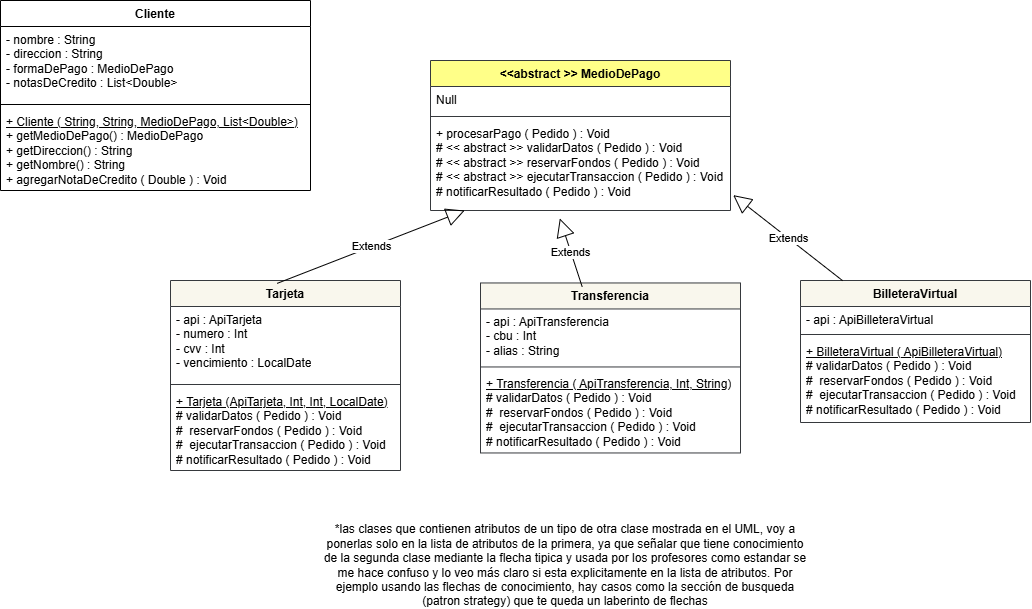
The draw.io diagram src/pago/UML.png in DemartinoFrancisco/UNQ-Shop, before a commit. Source tidied: cells renumbered, new cells last; positions are measured from the earlier drawing's top-left corner, leaving out a move shared by most shapes.
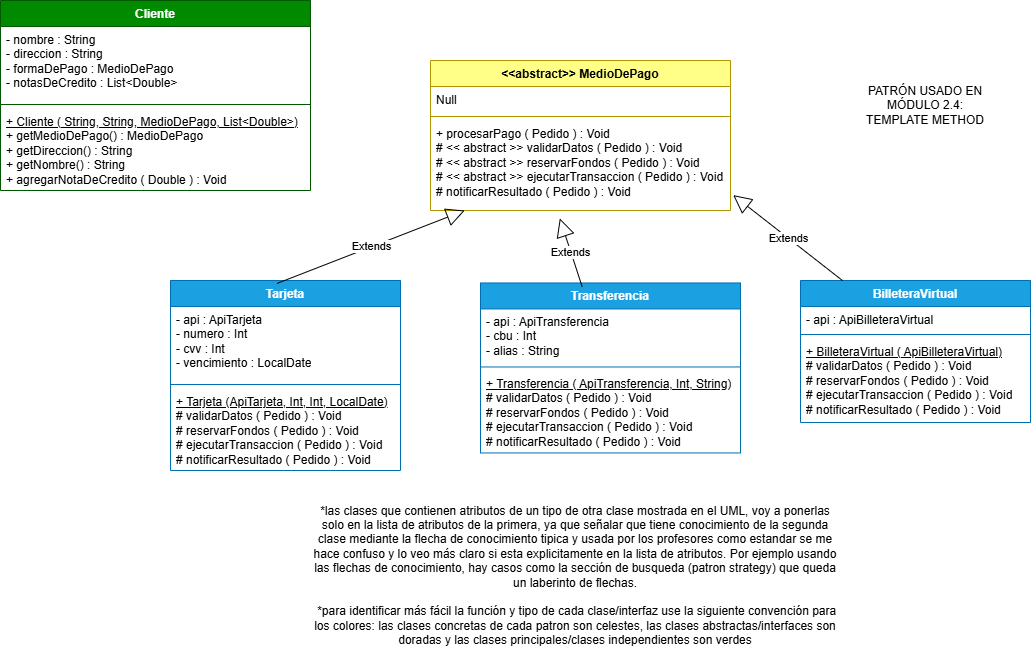
Above is the later version.

Diff of the diagram source:
```diff
@@ -2,19 +2,19 @@
   <root>
     <mxCell id="0" />
     <mxCell id="1" parent="0" />
-    <mxCell id="2" value="&amp;lt;&amp;lt;abstract &amp;gt;&amp;gt; MedioDePago&lt;div&gt;&lt;br&gt;&lt;/div&gt;" style="swimlane;fontStyle=1;align=center;verticalAlign=top;horizontal=1;startSize=26;whiteSpace=wrap;html=1;fillColor=#ffff88;strokeColor=#36393d;" parent="1" vertex="1">
-      <mxGeometry x="430" y="60" width="300" height="150" as="geometry" />
-    </mxCell>
+    <mxCell id="26" value="&amp;lt;&amp;lt;abstract&amp;gt;&amp;gt; MedioDePago&lt;div&gt;&lt;br&gt;&lt;/div&gt;" style="swimlane;fontStyle=1;align=center;verticalAlign=top;horizontal=1;startSize=26;whiteSpace=wrap;html=1;fillColor=light-dark(#FFFF88,#A0A000);strokeColor=light-dark(#B09500,#A3A300);fontColor=#000000;" parent="1" vertex="1">
+      <mxGeometry x="430" y="60" width="300" height="150" as="geometry" />
+    </mxCell>
-    <mxCell id="3" value="Null&lt;div&gt;&lt;br&gt;&lt;/div&gt;" style="text;strokeColor=none;fillColor=none;align=left;verticalAlign=top;spacingLeft=4;spacingRight=4;overflow=hidden;whiteSpace=wrap;html=1;" parent="2" vertex="1">
+    <mxCell id="3" value="Null&lt;div&gt;&lt;br&gt;&lt;/div&gt;" style="text;strokeColor=none;fillColor=none;align=left;verticalAlign=top;spacingLeft=4;spacingRight=4;overflow=hidden;whiteSpace=wrap;html=1;" parent="26" vertex="1">
       <mxGeometry y="26" width="300" height="26" as="geometry" />
     </mxCell>
-    <mxCell id="4" style="line;strokeWidth=1;fillColor=none;align=left;verticalAlign=middle;spacingTop=-1;spacingLeft=3;spacingRight=3;labelPosition=right;strokeColor=inherit;" parent="2" vertex="1">
+    <mxCell id="4" style="line;strokeWidth=1;fillColor=none;align=left;verticalAlign=middle;spacingTop=-1;spacingLeft=3;spacingRight=3;labelPosition=right;strokeColor=inherit;" parent="26" vertex="1">
       <mxGeometry y="52" width="300" height="8" as="geometry" />
     </mxCell>
-    <mxCell id="5" value="+ procesarPago ( Pedido ) : Void&lt;div&gt;# &amp;lt;&amp;lt; abstract &amp;gt;&amp;gt; validarDatos ( Pedido ) : Void&lt;/div&gt;&lt;div&gt;# &amp;lt;&amp;lt; abstract &amp;gt;&amp;gt; reservarFondos ( Pedido ) : Void&lt;/div&gt;&lt;div&gt;# &amp;lt;&amp;lt; abstract &amp;gt;&amp;gt; ejecutarTransaccion ( Pedido ) : Void&lt;/div&gt;&lt;div&gt;# notificarResultado ( Pedido ) : Void&lt;/div&gt;" style="text;strokeColor=none;fillColor=none;align=left;verticalAlign=top;spacingLeft=4;spacingRight=4;overflow=hidden;points=[[0,0.5],[1,0.5]];portConstraint=eastwest;whiteSpace=wrap;html=1;" parent="2" vertex="1">
+    <mxCell id="5" value="+ procesarPago ( Pedido ) : Void&lt;div&gt;# &amp;lt;&amp;lt; abstract &amp;gt;&amp;gt; validarDatos ( Pedido ) : Void&lt;/div&gt;&lt;div&gt;# &amp;lt;&amp;lt; abstract &amp;gt;&amp;gt; reservarFondos ( Pedido ) : Void&lt;/div&gt;&lt;div&gt;# &amp;lt;&amp;lt; abstract &amp;gt;&amp;gt; ejecutarTransaccion ( Pedido ) : Void&lt;/div&gt;&lt;div&gt;# notificarResultado ( Pedido ) : Void&lt;/div&gt;" style="text;strokeColor=none;fillColor=none;align=left;verticalAlign=top;spacingLeft=4;spacingRight=4;overflow=hidden;points=[[0,0.5],[1,0.5]];portConstraint=eastwest;whiteSpace=wrap;html=1;" parent="26" vertex="1">
       <mxGeometry y="60" width="300" height="90" as="geometry" />
     </mxCell>
-    <mxCell id="6" value="Tarjeta" style="swimlane;fontStyle=1;align=center;verticalAlign=top;horizontal=1;startSize=26;whiteSpace=wrap;html=1;fillColor=#f9f7ed;strokeColor=#36393d;" parent="1" vertex="1">
+    <mxCell id="6" value="Tarjeta" style="swimlane;fontStyle=1;align=center;verticalAlign=top;horizontal=1;startSize=26;whiteSpace=wrap;html=1;fillColor=light-dark(#1BA1E2,#00FFFF);strokeColor=light-dark(#006EAF,#00FFFF);fontColor=#ffffff;" parent="1" vertex="1">
       <mxGeometry x="170" y="280" width="230" height="190" as="geometry" />
     </mxCell>
     <mxCell id="7" value="&lt;div&gt;- api : ApiTarjeta&lt;/div&gt;&lt;div&gt;- numero : Int&lt;div&gt;- cvv : Int&lt;/div&gt;&lt;div&gt;- vencimiento : LocalDate&lt;/div&gt;&lt;/div&gt;" style="text;strokeColor=none;fillColor=none;align=left;verticalAlign=top;spacingLeft=4;spacingRight=4;overflow=hidden;whiteSpace=wrap;html=1;" parent="6" vertex="1">
@@ -23,10 +23,10 @@
     <mxCell id="8" style="line;strokeWidth=1;fillColor=none;align=left;verticalAlign=middle;spacingTop=-1;spacingLeft=3;spacingRight=3;labelPosition=right;strokeColor=inherit;" parent="6" vertex="1">
       <mxGeometry y="100" width="230" height="8" as="geometry" />
     </mxCell>
-    <mxCell id="9" value="&lt;div&gt;&lt;u&gt;+ Tarjeta (ApiTarjeta, Int, Int, LocalDate)&lt;/u&gt;&lt;/div&gt;&lt;div&gt;# validarDatos ( Pedido ) : Void&lt;/div&gt;&lt;div&gt;#&amp;nbsp; reservarFondos ( Pedido ) : Void&lt;/div&gt;&lt;div&gt;#&amp;nbsp; ejecutarTransaccion ( Pedido ) : Void&lt;/div&gt;&lt;div&gt;# notificarResultado ( Pedido ) : Void&lt;/div&gt;" style="text;strokeColor=none;fillColor=none;align=left;verticalAlign=top;spacingLeft=4;spacingRight=4;overflow=hidden;whiteSpace=wrap;html=1;" parent="6" vertex="1">
+    <mxCell id="9" value="&lt;div&gt;&lt;u&gt;+ Tarjeta (ApiTarjeta, Int, Int, LocalDate)&lt;/u&gt;&lt;/div&gt;&lt;div&gt;# validarDatos ( Pedido ) : Void&lt;/div&gt;&lt;div&gt;# reservarFondos ( Pedido ) : Void&lt;/div&gt;&lt;div&gt;# ejecutarTransaccion ( Pedido ) : Void&lt;/div&gt;&lt;div&gt;# notificarResultado ( Pedido ) : Void&lt;/div&gt;" style="text;strokeColor=none;fillColor=none;align=left;verticalAlign=top;spacingLeft=4;spacingRight=4;overflow=hidden;whiteSpace=wrap;html=1;" parent="6" vertex="1">
       <mxGeometry y="108" width="230" height="82" as="geometry" />
     </mxCell>
-    <mxCell id="10" value="Transferencia" style="swimlane;fontStyle=1;align=center;verticalAlign=top;horizontal=1;startSize=26;whiteSpace=wrap;html=1;fillColor=#f9f7ed;strokeColor=#36393d;" parent="1" vertex="1">
+    <mxCell id="10" value="Transferencia" style="swimlane;fontStyle=1;align=center;verticalAlign=top;horizontal=1;startSize=26;whiteSpace=wrap;html=1;fillColor=light-dark(#1BA1E2,#00FFFF);strokeColor=light-dark(#006EAF,#00FFFF);fontColor=#ffffff;" parent="1" vertex="1">
       <mxGeometry x="480" y="282.5" width="260" height="170" as="geometry" />
     </mxCell>
     <mxCell id="11" value="&lt;div&gt;- api : ApiTransferencia&lt;/div&gt;&lt;div&gt;- cbu : Int&lt;/div&gt;&lt;div&gt;- alias : String&lt;/div&gt;" style="text;strokeColor=none;fillColor=none;align=left;verticalAlign=top;spacingLeft=4;spacingRight=4;overflow=hidden;whiteSpace=wrap;html=1;" parent="10" vertex="1">
@@ -35,10 +35,10 @@
     <mxCell id="12" style="line;strokeWidth=1;fillColor=none;align=left;verticalAlign=middle;spacingTop=-1;spacingLeft=3;spacingRight=3;labelPosition=right;strokeColor=inherit;" parent="10" vertex="1">
       <mxGeometry y="80" width="260" height="8" as="geometry" />
     </mxCell>
-    <mxCell id="13" value="&lt;div&gt;&lt;u&gt;+ Transferencia ( ApiTransferencia, Int, String)&lt;/u&gt;&lt;/div&gt;&lt;div&gt;# validarDatos ( Pedido ) : Void&lt;/div&gt;&lt;div&gt;#&amp;nbsp; reservarFondos ( Pedido ) : Void&lt;/div&gt;&lt;div&gt;#&amp;nbsp; ejecutarTransaccion ( Pedido ) : Void&lt;/div&gt;&lt;div&gt;# notificarResultado ( Pedido ) : Void&lt;/div&gt;" style="text;strokeColor=none;fillColor=none;align=left;verticalAlign=top;spacingLeft=4;spacingRight=4;overflow=hidden;whiteSpace=wrap;html=1;" parent="10" vertex="1">
+    <mxCell id="13" value="&lt;div&gt;&lt;u&gt;+ Transferencia ( ApiTransferencia, Int, String)&lt;/u&gt;&lt;/div&gt;&lt;div&gt;# validarDatos ( Pedido ) : Void&lt;/div&gt;&lt;div&gt;# reservarFondos ( Pedido ) : Void&lt;/div&gt;&lt;div&gt;# ejecutarTransaccion ( Pedido ) : Void&lt;/div&gt;&lt;div&gt;# notificarResultado ( Pedido ) : Void&lt;/div&gt;" style="text;strokeColor=none;fillColor=none;align=left;verticalAlign=top;spacingLeft=4;spacingRight=4;overflow=hidden;whiteSpace=wrap;html=1;" parent="10" vertex="1">
       <mxGeometry y="88" width="260" height="82" as="geometry" />
     </mxCell>
-    <mxCell id="14" value="BilleteraVirtual" style="swimlane;fontStyle=1;align=center;verticalAlign=top;horizontal=1;startSize=26;whiteSpace=wrap;html=1;fillColor=#f9f7ed;strokeColor=#36393d;" parent="1" vertex="1">
+    <mxCell id="14" value="BilleteraVirtual" style="swimlane;fontStyle=1;align=center;verticalAlign=top;horizontal=1;startSize=26;whiteSpace=wrap;html=1;fillColor=light-dark(#1BA1E2,#00FFFF);strokeColor=light-dark(#006EAF,#00FFFF);fontColor=#ffffff;" parent="1" vertex="1">
       <mxGeometry x="800" y="280" width="230" height="142" as="geometry" />
     </mxCell>
     <mxCell id="15" value="&lt;div&gt;- api : ApiBilleteraVirtual&lt;/div&gt;" style="text;strokeColor=none;fillColor=none;align=left;verticalAlign=top;spacingLeft=4;spacingRight=4;overflow=hidden;whiteSpace=wrap;html=1;" parent="14" vertex="1">
@@ -47,10 +47,10 @@
     <mxCell id="16" style="line;strokeWidth=1;fillColor=none;align=left;verticalAlign=middle;spacingTop=-1;spacingLeft=3;spacingRight=3;labelPosition=right;strokeColor=inherit;" parent="14" vertex="1">
       <mxGeometry y="50" width="230" height="8" as="geometry" />
     </mxCell>
-    <mxCell id="17" value="&lt;div&gt;&lt;u&gt;+ BilleteraVirtual ( ApiBilleteraVirtual)&lt;/u&gt;&lt;/div&gt;&lt;div&gt;# validarDatos ( Pedido ) : Void&lt;/div&gt;&lt;div&gt;#&amp;nbsp; reservarFondos ( Pedido ) : Void&lt;/div&gt;&lt;div&gt;#&amp;nbsp; ejecutarTransaccion ( Pedido ) : Void&lt;/div&gt;&lt;div&gt;# notificarResultado ( Pedido ) : Void&lt;/div&gt;" style="text;strokeColor=none;fillColor=none;align=left;verticalAlign=top;spacingLeft=4;spacingRight=4;overflow=hidden;whiteSpace=wrap;html=1;" parent="14" vertex="1">
+    <mxCell id="17" value="&lt;div&gt;&lt;u&gt;+ BilleteraVirtual ( ApiBilleteraVirtual)&lt;/u&gt;&lt;/div&gt;&lt;div&gt;# validarDatos ( Pedido ) : Void&lt;/div&gt;&lt;div&gt;# reservarFondos ( Pedido ) : Void&lt;/div&gt;&lt;div&gt;# ejecutarTransaccion ( Pedido ) : Void&lt;/div&gt;&lt;div&gt;# notificarResultado ( Pedido ) : Void&lt;/div&gt;" style="text;strokeColor=none;fillColor=none;align=left;verticalAlign=top;spacingLeft=4;spacingRight=4;overflow=hidden;whiteSpace=wrap;html=1;" parent="14" vertex="1">
       <mxGeometry y="58" width="230" height="84" as="geometry" />
     </mxCell>
-    <mxCell id="18" value="Cliente" style="swimlane;fontStyle=1;align=center;verticalAlign=top;horizontal=1;startSize=26;whiteSpace=wrap;html=1;" parent="1" vertex="1">
+    <mxCell id="18" value="Cliente" style="swimlane;fontStyle=1;align=center;verticalAlign=top;horizontal=1;startSize=26;whiteSpace=wrap;html=1;fillColor=light-dark(#008A00,#00A500);fontColor=#ffffff;strokeColor=light-dark(#005700,#00A500);" parent="1" vertex="1">
       <mxGeometry width="310" height="190" as="geometry" />
     </mxCell>
     <mxCell id="19" value="- nombre : String&lt;div&gt;- direccion : String&lt;/div&gt;&lt;div&gt;&lt;span style=&quot;background-color: transparent; color: light-dark(rgb(0, 0, 0), rgb(255, 255, 255));&quot;&gt;- formaDePago : MedioDePago&lt;/span&gt;&lt;/div&gt;&lt;div&gt;&lt;span style=&quot;background-color: transparent; color: light-dark(rgb(0, 0, 0), rgb(255, 255, 255));&quot;&gt;- notasDeCredito : List&amp;lt;Double&amp;gt;&lt;/span&gt;&lt;/div&gt;" style="text;strokeColor=none;fillColor=none;align=left;verticalAlign=top;spacingLeft=4;spacingRight=4;overflow=hidden;whiteSpace=wrap;html=1;" parent="18" vertex="1">
@@ -62,9 +62,6 @@
     <mxCell id="21" value="&lt;u&gt;+ Cliente ( String, String, MedioDePago, List&amp;lt;Double&amp;gt;)&lt;/u&gt;&lt;div&gt;+ getMedioDePago() : MedioDePago&lt;/div&gt;&lt;div&gt;+ getDireccion() : String&lt;/div&gt;&lt;div&gt;+ getNombre() : String&lt;/div&gt;&lt;div&gt;+ agregarNotaDeCredito ( Double ) : Void&lt;/div&gt;" style="text;strokeColor=none;fillColor=none;align=left;verticalAlign=top;spacingLeft=4;spacingRight=4;overflow=hidden;whiteSpace=wrap;html=1;" parent="18" vertex="1">
       <mxGeometry y="108" width="310" height="82" as="geometry" />
     </mxCell>
-    <mxCell id="22" value="*las clases que contienen atributos de un tipo de otra clase mostrada en el UML, voy a ponerlas solo en la lista de atributos de la primera, ya que señalar que tiene conocimiento de la segunda clase mediante la flecha tipica y usada por los profesores como estandar se me hace confuso y lo veo más claro si esta explicitamente en la lista de atributos. Por ejemplo usando las flechas de conocimiento, hay casos como la sección de busqueda (patron strategy) que te queda un laberinto de flechas" style="text;html=1;whiteSpace=wrap;strokeColor=none;fillColor=none;align=center;verticalAlign=middle;rounded=0;" parent="1" vertex="1">
-      <mxGeometry x="320" y="550.5" width="490" height="30" as="geometry" />
-    </mxCell>
     <mxCell id="23" value="Extends" style="endArrow=block;endSize=16;endFill=0;html=1;rounded=0;exitX=0.464;exitY=0.015;exitDx=0;exitDy=0;exitPerimeter=0;" parent="1" edge="1" source="6" target="5">
       <mxGeometry relative="1" as="geometry" />
     </mxCell>
@@ -74,5 +71,11 @@
     <mxCell id="25" value="Extends" style="endArrow=block;endSize=16;endFill=0;html=1;rounded=0;entryX=1.009;entryY=0.829;entryDx=0;entryDy=0;entryPerimeter=0;exitX=0.183;exitY=0.001;exitDx=0;exitDy=0;exitPerimeter=0;" parent="1" edge="1" source="14" target="5">
       <mxGeometry relative="1" as="geometry" />
     </mxCell>
+    <mxCell id="27" value="PATRÓN USADO EN MÓDULO 2.4: TEMPLATE METHOD" style="text;html=1;whiteSpace=wrap;strokeColor=none;fillColor=none;align=center;verticalAlign=middle;rounded=0;" parent="1" vertex="1">
+      <mxGeometry x="860" y="90" width="130" height="30" as="geometry" />
+    </mxCell>
+    <mxCell id="28" value="*las clases que contienen atributos de un tipo de otra clase mostrada en el UML, voy a ponerlas solo en la lista de atributos de la primera, ya que señalar que tiene conocimiento de la segunda clase mediante la flecha de conocimiento tipica y usada por los profesores como estandar se me hace confuso y lo veo más claro si esta explicitamente en la lista de atributos. Por ejemplo usando las flechas de conocimiento, hay casos como la sección de busqueda (patron strategy) que queda un laberinto de flechas.&lt;div&gt;&lt;br&gt;&lt;/div&gt;&lt;div&gt;&amp;nbsp;&lt;span style=&quot;background-color: transparent; color: light-dark(rgb(0, 0, 0), rgb(255, 255, 255));&quot;&gt;*para identificar más fácil la función y tipo de cada clase/interfaz use la siguiente convención para los colores: las clases concretas de cada patron son celestes, las clases abstractas/interfaces son doradas y las clases principales/clases independientes son verdes&lt;/span&gt;&lt;/div&gt;" style="text;html=1;whiteSpace=wrap;strokeColor=none;fillColor=none;align=center;verticalAlign=middle;rounded=0;" parent="1" vertex="1">
+      <mxGeometry x="310" y="560" width="530" height="30" as="geometry" />
+    </mxCell>
   </root>
 </mxGraphModel>
```
